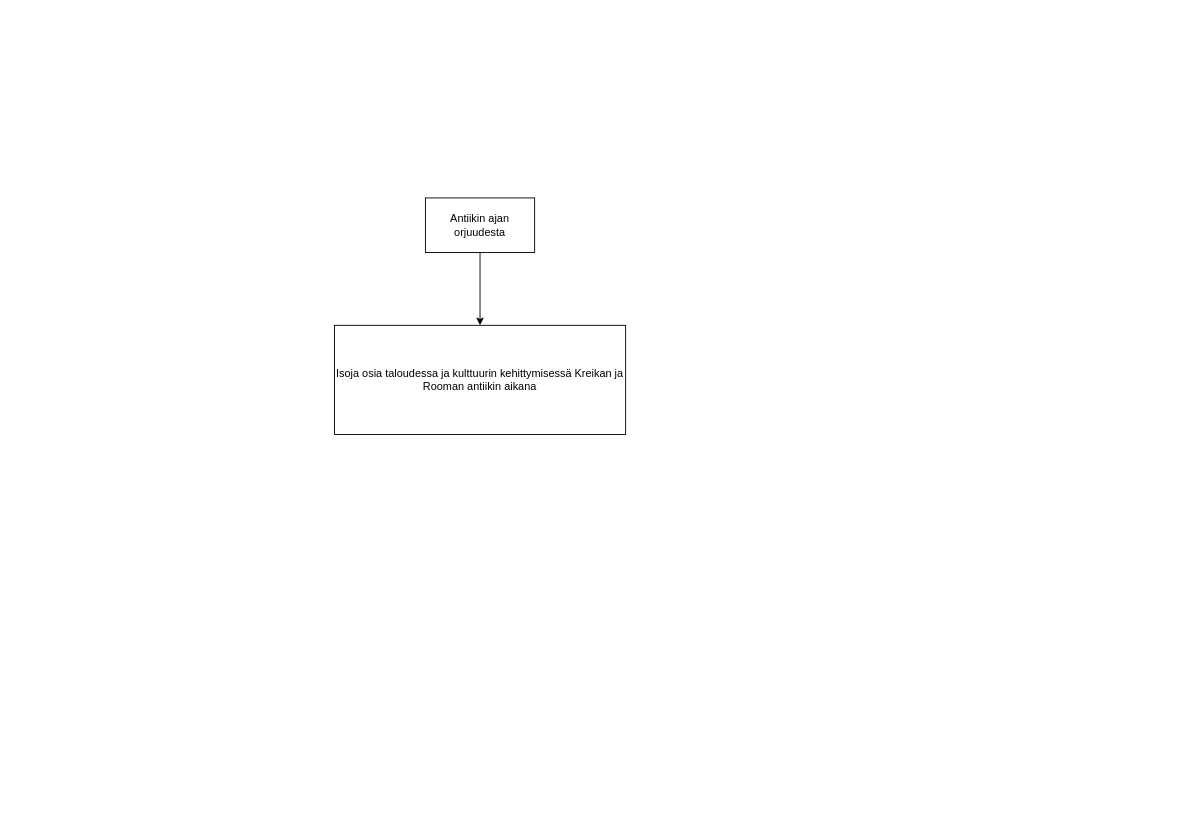
The draw.io diagram Antiikin ajan orjuudesta.drawio in LuanDaSamuel/History-mindmap, before the edit. Source tidied: cells renumbered, new cells numbered last; positions are measured from the earlier drawing's top-left corner, leaving out a move shared by most shapes. Both pictures are drawn from the tidied source at 91%, with x=0, y=0 at pixel (334, 197).
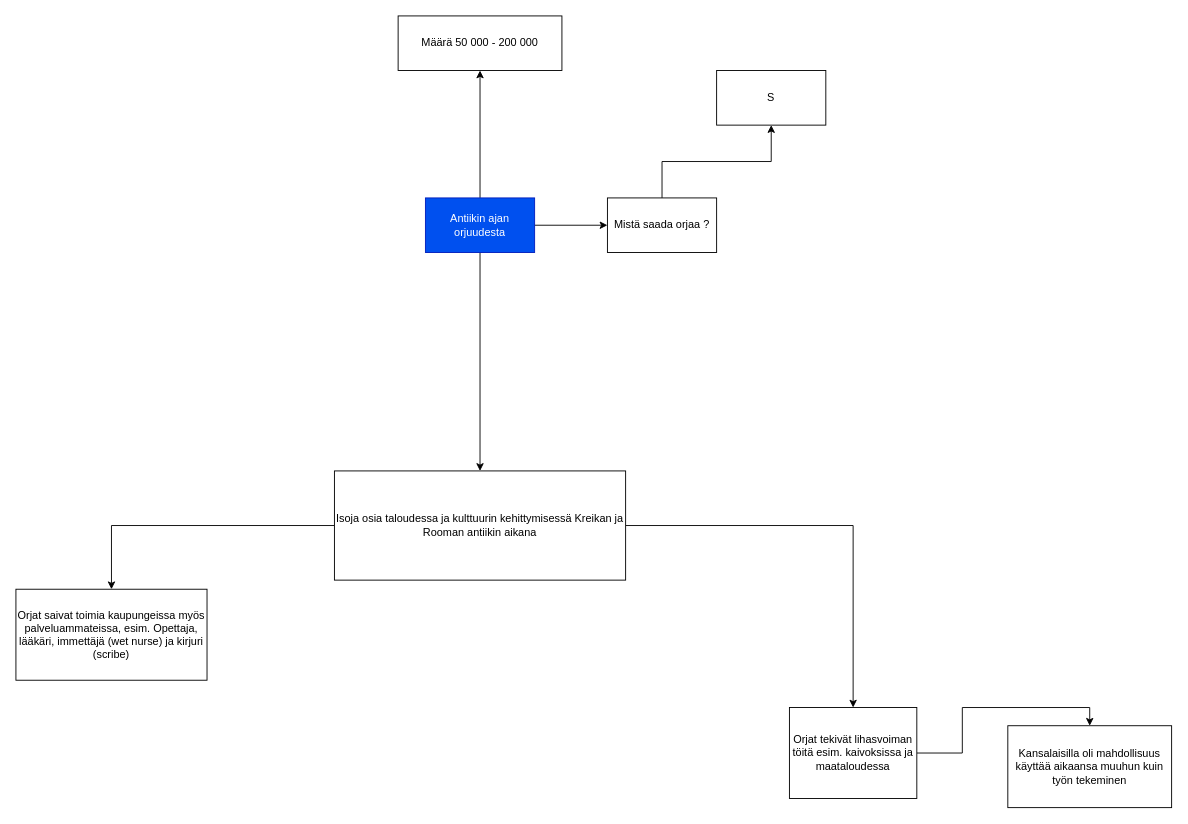
Above is the later version.

Diff of the diagram source:
```diff
@@
 <mxGraphModel>
   <root>
     <mxCell id="0" />
     <mxCell id="1" parent="0" />
     <mxCell id="2" style="edgeStyle=orthogonalEdgeStyle;rounded=0;jettySize=auto;html=1;" parent="1" edge="1" source="3" target="4">
       <mxGeometry relative="1" as="geometry" />
     </mxCell>
+    <mxCell id="5" style="edgeStyle=orthogonalEdgeStyle;rounded=0;jettySize=auto;html=1;entryX=0.5;entryY=1;entryDx=0;entryDy=0;" parent="1" edge="1" source="3" target="13">
+      <mxGeometry relative="1" as="geometry" />
+    </mxCell>
+    <mxCell id="6" style="edgeStyle=orthogonalEdgeStyle;rounded=0;jettySize=auto;html=1;" parent="1" edge="1" source="3" target="15">
+      <mxGeometry relative="1" as="geometry" />
+    </mxCell>
-    <mxCell id="3" value="Antiikin ajan orjuudesta" style="rounded=0;whiteSpace=wrap;html=1;" parent="1" vertex="1">
+    <mxCell id="3" value="Antiikin ajan orjuudesta" style="rounded=0;whiteSpace=wrap;html=1;fillColor=#0050ef;fontColor=#ffffff;strokeColor=#001DBC;" parent="1" vertex="1">
       <mxGeometry x="100" width="120" height="60" as="geometry" />
     </mxCell>
+    <mxCell id="7" style="edgeStyle=orthogonalEdgeStyle;rounded=0;jettySize=auto;html=1;" parent="1" edge="1" source="4" target="11">
+      <mxGeometry relative="1" as="geometry" />
+    </mxCell>
+    <mxCell id="8" style="edgeStyle=orthogonalEdgeStyle;rounded=0;jettySize=auto;html=1;" parent="1" edge="1" source="4" target="12">
+      <mxGeometry relative="1" as="geometry" />
+    </mxCell>
     <mxCell id="4" value="Isoja osia taloudessa ja kulttuurin kehittymisessä Kreikan ja Rooman antiikin aikana" style="rounded=0;whiteSpace=wrap;html=1;" parent="1" vertex="1">
-      <mxGeometry y="140" width="320" height="120" as="geometry" />
+      <mxGeometry y="300" width="320" height="120" as="geometry" />
     </mxCell>
+    <mxCell id="9" value="Kansalaisilla oli mahdollisuus käyttää aikaansa muuhun kuin työn tekeminen" style="whiteSpace=wrap;html=1;rounded=0;" parent="1" vertex="1">
+      <mxGeometry x="740" y="580" width="180" height="90" as="geometry" />
+    </mxCell>
+    <mxCell id="10" style="edgeStyle=orthogonalEdgeStyle;rounded=0;jettySize=auto;html=1;entryX=0.5;entryY=0;entryDx=0;entryDy=0;" parent="1" edge="1" source="11" target="9">
+      <mxGeometry relative="1" as="geometry" />
+    </mxCell>
+    <mxCell id="11" value="Orjat tekivät lihasvoiman töitä esim. kaivoksissa ja maataloudessa" style="whiteSpace=wrap;html=1;rounded=0;" parent="1" vertex="1">
+      <mxGeometry x="500" y="560" width="140" height="100" as="geometry" />
+    </mxCell>
+    <mxCell id="12" value="Orjat saivat toimia kaupungeissa myös palveluammateissa, esim. Opettaja, lääkäri, immettäjä (wet nurse) ja kirjuri (scribe)" style="whiteSpace=wrap;html=1;rounded=0;" parent="1" vertex="1">
+      <mxGeometry x="-350" y="430" width="210" height="100" as="geometry" />
+    </mxCell>
+    <mxCell id="13" value="Määrä 50 000 - 200 000" style="whiteSpace=wrap;html=1;rounded=0;" parent="1" vertex="1">
+      <mxGeometry x="70" y="-200" width="180" height="60" as="geometry" />
+    </mxCell>
+    <mxCell id="14" style="edgeStyle=orthogonalEdgeStyle;rounded=0;jettySize=auto;html=1;" parent="1" edge="1" source="15" target="16">
+      <mxGeometry relative="1" as="geometry" />
+    </mxCell>
+    <mxCell id="15" value="Mistä saada orjaa ?" style="whiteSpace=wrap;html=1;rounded=0;" parent="1" vertex="1">
+      <mxGeometry x="300" width="120" height="60" as="geometry" />
+    </mxCell>
+    <mxCell id="16" value="S" style="rounded=0;whiteSpace=wrap;html=1;" parent="1" vertex="1">
+      <mxGeometry x="420" y="-140" width="120" height="60" as="geometry" />
+    </mxCell>
   </root>
 </mxGraphModel>
```
